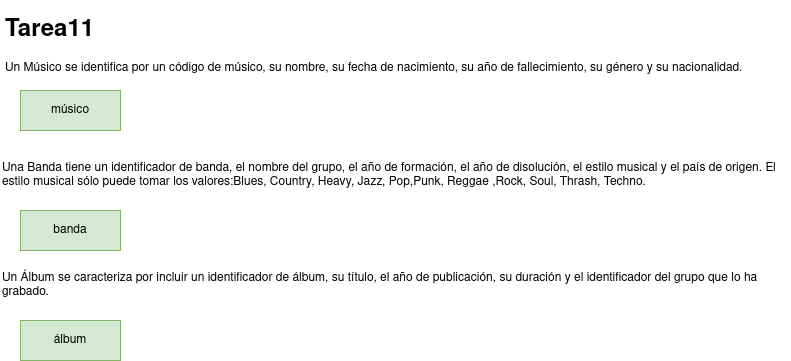
Above: tareasER/tarea11.png in javigh193/bae (draw.io), before the change. Source tidied: cells renumbered, new cells last; positions are measured from the earlier drawing's top-left corner, leaving out a move shared by most shapes.
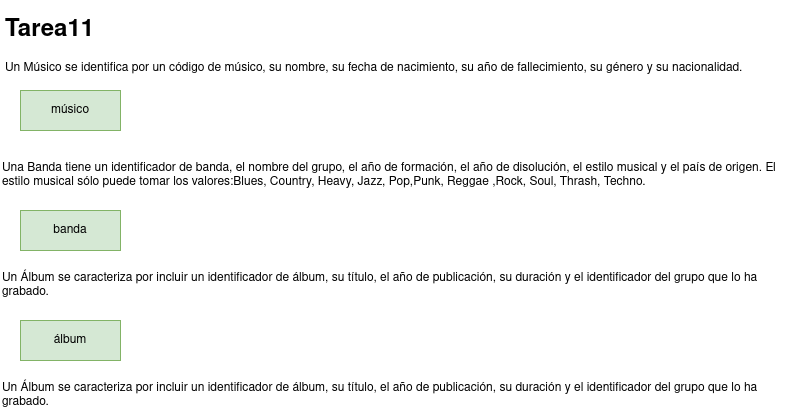
After the commit.

Change to the diagram source:
```diff
@@ -20,5 +20,8 @@
     <mxCell id="7" value="álbum" style="whiteSpace=wrap;html=1;align=center;fillColor=#d5e8d4;strokeColor=#82b366;" parent="1" vertex="1">
       <mxGeometry x="20" y="310" width="100" height="40" as="geometry" />
     </mxCell>
+    <mxCell id="8" value="Un Álbum se caracteriza por incluir un identificador de álbum, su título, el año de publicación, su duración y el identificador del grupo que lo ha grabado." style="text;html=1;strokeColor=none;fillColor=none;align=left;verticalAlign=middle;whiteSpace=wrap;rounded=0;" parent="1" vertex="1">
+      <mxGeometry y="370" width="780" height="30" as="geometry" />
+    </mxCell>
   </root>
 </mxGraphModel>
```
